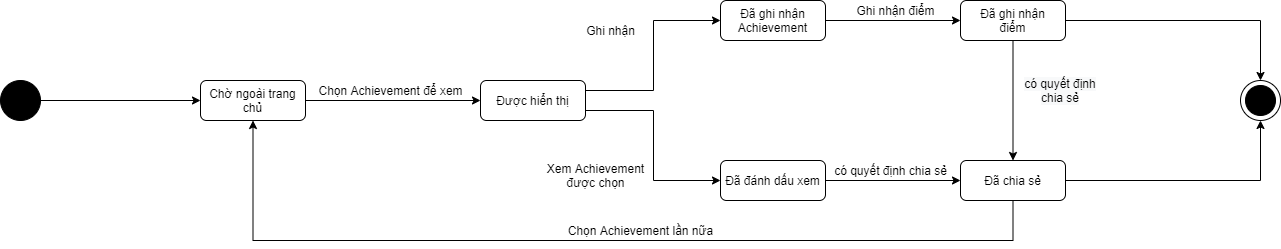
Above: ToDoApp-Doc/Document/Diagram/State Machine Diagram/Achievement/Achievement_StateDiagram.png in Merevoli-DatLuu/To-Do-App (draw.io), before the change. Source tidied: cells renumbered, new cells last; positions are measured from the earlier drawing's top-left corner, leaving out a move shared by most shapes.
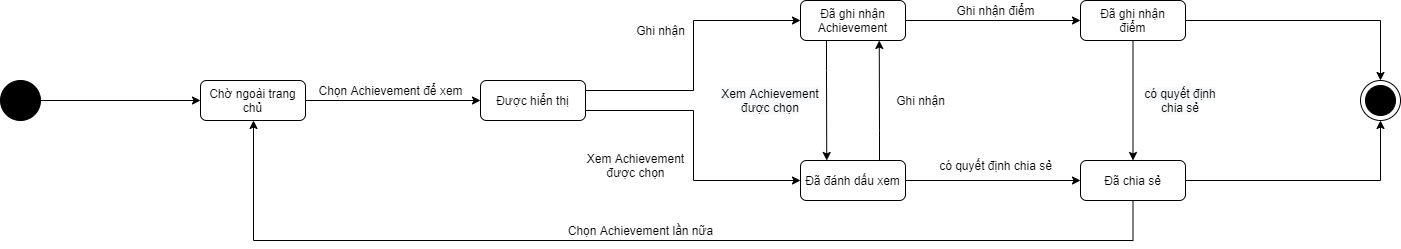
Later version of the same file.

Commit message:
[Modified] : Achievement_StateDiagram

Diff of the diagram source:
```diff
@@ -9,16 +9,24 @@
       <mxGeometry y="80" width="40" height="40" as="geometry" />
     </mxCell>
     <mxCell id="4" style="shape=mxgraph.sysml.actFinal;html=1;verticalLabelPosition=bottom;labelBackgroundColor=#ffffff;verticalAlign=top;" parent="1" vertex="1">
-      <mxGeometry x="1240" y="80" width="40" height="40" as="geometry" />
+      <mxGeometry x="1360" y="80" width="40" height="40" as="geometry" />
     </mxCell>
+    <mxCell id="27" style="edgeStyle=orthogonalEdgeStyle;rounded=0;jettySize=auto;html=1;entryX=0.25;entryY=0;entryDx=0;entryDy=0;" parent="1" edge="1" source="6" target="23">
+      <mxGeometry relative="1" as="geometry">
+        <Array as="points">
+          <mxPoint x="826" y="70" />
+          <mxPoint x="826" y="70" />
+        </Array>
+      </mxGeometry>
+    </mxCell>
     <mxCell id="5" style="edgeStyle=orthogonalEdgeStyle;rounded=0;jettySize=auto;html=1;entryX=0;entryY=0.5;entryDx=0;entryDy=0;" parent="1" edge="1" source="6" target="10">
       <mxGeometry relative="1" as="geometry" />
     </mxCell>
     <mxCell id="6" value="Đã ghi nhận&lt;br&gt;Achievement" style="shape=rect;rounded=1;html=1;whiteSpace=wrap;align=center;" parent="1" vertex="1">
-      <mxGeometry x="720" width="105" height="40" as="geometry" />
+      <mxGeometry x="800" width="105" height="40" as="geometry" />
     </mxCell>
     <mxCell id="7" value="Ghi nhận" style="text;html=1;align=center;verticalAlign=middle;" parent="1" vertex="1">
-      <mxGeometry x="580" y="20" width="60" height="20" as="geometry" />
+      <mxGeometry x="630" y="20" width="60" height="20" as="geometry" />
     </mxCell>
     <mxCell id="8" style="edgeStyle=orthogonalEdgeStyle;rounded=0;jettySize=auto;html=1;entryX=0.5;entryY=0;entryDx=0;entryDy=0;" parent="1" edge="1" source="10" target="14">
       <mxGeometry relative="1" as="geometry" />
@@ -27,15 +35,15 @@
       <mxGeometry relative="1" as="geometry" />
     </mxCell>
     <mxCell id="10" value="Đã ghi nhận&lt;br&gt;điểm" style="shape=rect;rounded=1;html=1;whiteSpace=wrap;align=center;" parent="1" vertex="1">
-      <mxGeometry x="960" width="105" height="40" as="geometry" />
+      <mxGeometry x="1080" width="105" height="40" as="geometry" />
     </mxCell>
     <mxCell id="11" value="Ghi nhận điểm" style="text;html=1;align=center;verticalAlign=middle;" parent="1" vertex="1">
-      <mxGeometry x="850" width="90" height="20" as="geometry" />
+      <mxGeometry x="950" width="90" height="20" as="geometry" />
     </mxCell>
-    <mxCell id="12" style="edgeStyle=orthogonalEdgeStyle;rounded=0;jettySize=auto;html=1;entryX=0.5;entryY=1;entryDx=0;entryDy=0;" parent="1" edge="1" source="14" target="17">
+    <mxCell id="12" style="edgeStyle=orthogonalEdgeStyle;rounded=0;jettySize=auto;html=1;" parent="1" edge="1" source="14" target="17">
       <mxGeometry relative="1" as="geometry">
         <Array as="points">
-          <mxPoint x="1013" y="240" />
+          <mxPoint x="1133" y="240" />
           <mxPoint x="253" y="240" />
         </Array>
       </mxGeometry>
@@ -44,10 +52,10 @@
       <mxGeometry relative="1" as="geometry" />
     </mxCell>
     <mxCell id="14" value="Đã chia sẻ" style="shape=rect;rounded=1;html=1;whiteSpace=wrap;align=center;" parent="1" vertex="1">
-      <mxGeometry x="960" y="160" width="105" height="40" as="geometry" />
+      <mxGeometry x="1080" y="160" width="105" height="40" as="geometry" />
     </mxCell>
     <mxCell id="15" value="có quyết định chia sẻ" style="text;html=1;align=center;verticalAlign=middle;" parent="1" vertex="1">
-      <mxGeometry x="825" y="160" width="130" height="20" as="geometry" />
+      <mxGeometry x="930" y="155" width="130" height="20" as="geometry" />
     </mxCell>
     <mxCell id="16" style="rounded=0;jettySize=auto;html=1;entryX=0;entryY=0.5;entryDx=0;entryDy=0;" parent="1" edge="1" source="17" target="20">
       <mxGeometry relative="1" as="geometry" />
@@ -55,20 +63,19 @@
     <mxCell id="17" value="Chờ ngoài trang chủ" style="shape=rect;rounded=1;html=1;whiteSpace=wrap;align=center;" parent="1" vertex="1">
       <mxGeometry x="200" y="80" width="105" height="40" as="geometry" />
     </mxCell>
-    <mxCell id="18" style="edgeStyle=orthogonalEdgeStyle;rounded=0;jettySize=auto;html=1;entryX=0;entryY=0.5;entryDx=0;entryDy=0;" parent="1" edge="1" source="20">
-      <mxGeometry relative="1" as="geometry">
-        <mxPoint x="720" y="20" as="targetPoint" />
-        <Array as="points">
-          <mxPoint x="653" y="90" />
-          <mxPoint x="653" y="20" />
-        </Array>
-      </mxGeometry>
-    </mxCell>
+    <mxCell id="28" style="edgeStyle=orthogonalEdgeStyle;rounded=0;jettySize=auto;html=1;entryX=0;entryY=0.5;entryDx=0;entryDy=0;" parent="1" edge="1" source="20" target="6">
+      <mxGeometry relative="1" as="geometry">
+        <Array as="points">
+          <mxPoint x="693" y="90" />
+          <mxPoint x="693" y="20" />
+        </Array>
+      </mxGeometry>
+    </mxCell>
     <mxCell id="19" style="edgeStyle=orthogonalEdgeStyle;rounded=0;jettySize=auto;html=1;entryX=0;entryY=0.5;entryDx=0;entryDy=0;" parent="1" edge="1" source="20" target="23">
       <mxGeometry relative="1" as="geometry">
         <Array as="points">
-          <mxPoint x="653" y="110" />
-          <mxPoint x="653" y="180" />
+          <mxPoint x="693" y="110" />
+          <mxPoint x="693" y="180" />
         </Array>
       </mxGeometry>
     </mxCell>
@@ -78,20 +85,34 @@
     <mxCell id="21" value="Chọn Achievement để xem" style="text;html=1;align=center;verticalAlign=middle;" parent="1" vertex="1">
       <mxGeometry x="310" y="80" width="160" height="20" as="geometry" />
     </mxCell>
+    <mxCell id="29" style="edgeStyle=orthogonalEdgeStyle;rounded=0;jettySize=auto;html=1;entryX=0.75;entryY=1;entryDx=0;entryDy=0;" parent="1" edge="1" source="23" target="6">
+      <mxGeometry relative="1" as="geometry">
+        <Array as="points">
+          <mxPoint x="879" y="130" />
+          <mxPoint x="879" y="130" />
+        </Array>
+      </mxGeometry>
+    </mxCell>
-    <mxCell id="22" style="edgeStyle=orthogonalEdgeStyle;rounded=0;jettySize=auto;html=1;entryX=0;entryY=0.5;entryDx=0;entryDy=0;" parent="1" edge="1" source="23" target="14">
+    <mxCell id="22" style="edgeStyle=orthogonalEdgeStyle;rounded=0;jettySize=auto;html=1;" parent="1" edge="1" source="23" target="14">
       <mxGeometry relative="1" as="geometry" />
     </mxCell>
     <mxCell id="23" value="Đã đánh dấu xem" style="shape=rect;rounded=1;html=1;whiteSpace=wrap;align=center;" parent="1" vertex="1">
-      <mxGeometry x="720" y="160" width="105" height="40" as="geometry" />
+      <mxGeometry x="800" y="160" width="105" height="40" as="geometry" />
     </mxCell>
     <mxCell id="24" value="Xem Achievement&lt;br&gt;được chọn" style="text;html=1;align=center;verticalAlign=middle;" parent="1" vertex="1">
-      <mxGeometry x="540" y="160" width="110" height="30" as="geometry" />
+      <mxGeometry x="580" y="150" width="110" height="30" as="geometry" />
     </mxCell>
     <mxCell id="25" value="&lt;span style=&quot;color: rgb(0 , 0 , 0) ; font-family: &amp;#34;helvetica&amp;#34; ; font-size: 12px ; font-style: normal ; font-weight: 400 ; letter-spacing: normal ; text-indent: 0px ; text-transform: none ; word-spacing: 0px ; background-color: rgb(248 , 249 , 250) ; display: inline ; float: none&quot;&gt;có quyết định&lt;br&gt;chia sẻ&lt;/span&gt;" style="text;whiteSpace=wrap;html=1;align=center;" parent="1" vertex="1">
-      <mxGeometry x="1020" y="70" width="80" height="30" as="geometry" />
+      <mxGeometry x="1140" y="80" width="80" height="30" as="geometry" />
     </mxCell>
     <mxCell id="26" value="Chọn Achievement lần nữa" style="text;html=1;align=center;verticalAlign=middle;" parent="1" vertex="1">
       <mxGeometry x="560" y="220" width="160" height="20" as="geometry" />
     </mxCell>
+    <mxCell id="30" value="&lt;span style=&quot;color: rgb(0 , 0 , 0) ; font-family: &amp;#34;helvetica&amp;#34; ; font-size: 12px ; font-style: normal ; font-weight: 400 ; letter-spacing: normal ; text-indent: 0px ; text-transform: none ; word-spacing: 0px ; background-color: rgb(248 , 249 , 250) ; display: inline ; float: none&quot;&gt;Xem Achievement&lt;/span&gt;&lt;br style=&quot;color: rgb(0 , 0 , 0) ; font-family: &amp;#34;helvetica&amp;#34; ; font-size: 12px ; font-style: normal ; font-weight: 400 ; letter-spacing: normal ; text-indent: 0px ; text-transform: none ; word-spacing: 0px ; background-color: rgb(248 , 249 , 250)&quot;&gt;&lt;span style=&quot;color: rgb(0 , 0 , 0) ; font-family: &amp;#34;helvetica&amp;#34; ; font-size: 12px ; font-style: normal ; font-weight: 400 ; letter-spacing: normal ; text-indent: 0px ; text-transform: none ; word-spacing: 0px ; background-color: rgb(248 , 249 , 250) ; display: inline ; float: none&quot;&gt;được chọn&lt;/span&gt;" style="text;whiteSpace=wrap;html=1;align=center;" parent="1" vertex="1">
+      <mxGeometry x="710" y="80" width="120" height="40" as="geometry" />
+    </mxCell>
+    <mxCell id="31" value="Ghi nhận" style="text;html=1;align=center;verticalAlign=middle;" parent="1" vertex="1">
+      <mxGeometry x="890" y="90" width="60" height="20" as="geometry" />
+    </mxCell>
   </root>
 </mxGraphModel>
```
